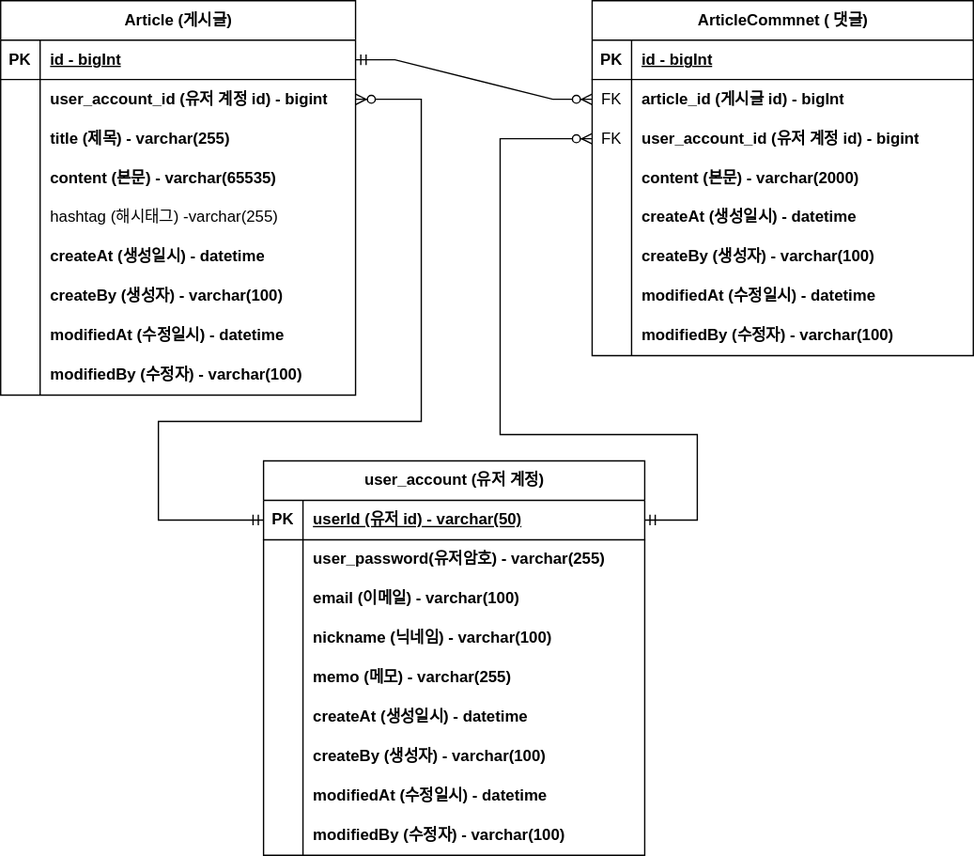
The draw.io diagram document/project-board-erd.drawio.svg in IronKim/fs-project-board, before a commit. Source tidied: cells renumbered, new cells last; positions are measured from the earlier drawing's top-left corner, leaving out a move shared by most shapes.
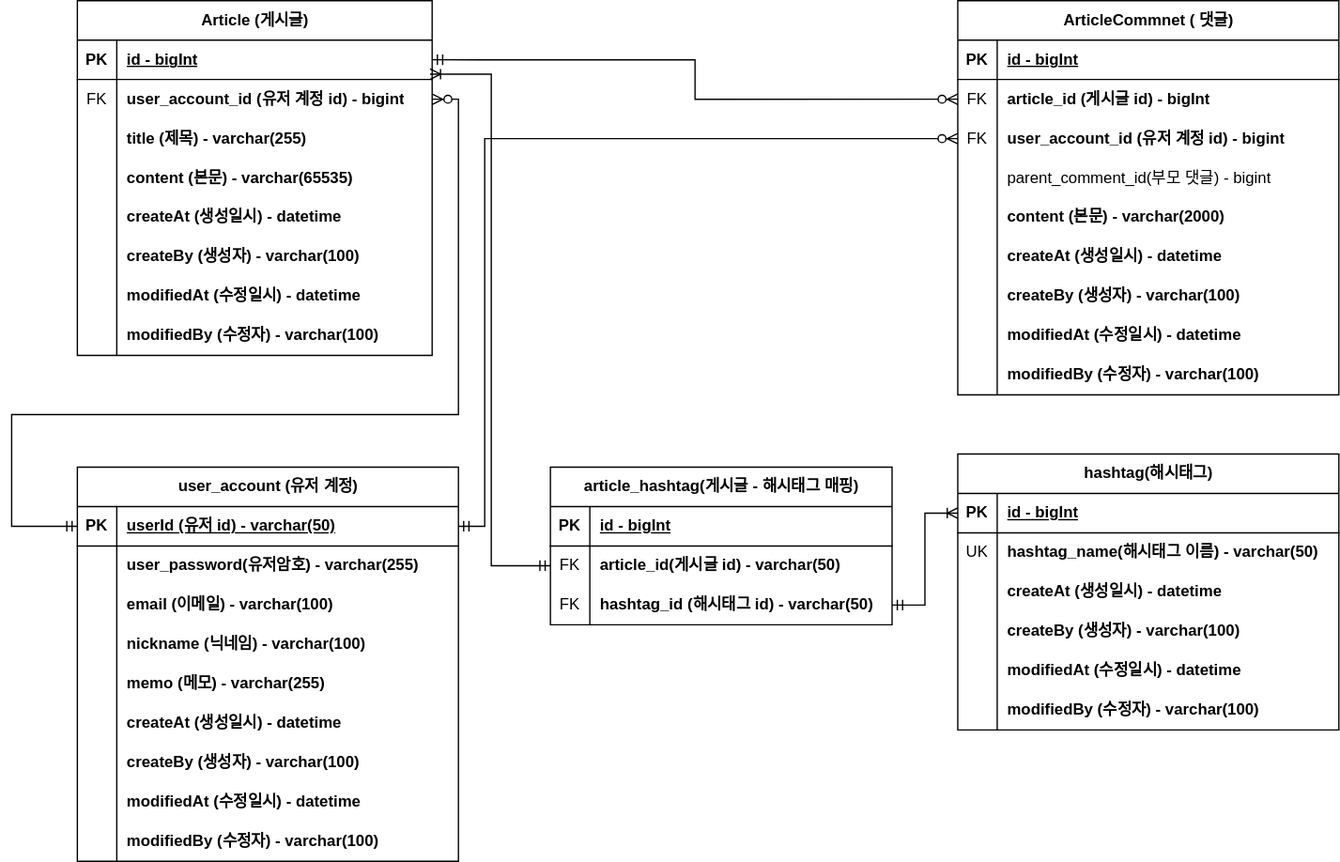
The same file after the commit.

Commit message:
#68 - project-board-erd.drawio.svg 업데이트: 대댓글, 해시태그

Diff of the diagram source:
```diff
@@ -5,3 +5,3 @@
     <mxCell id="2" value="Article (게시글)" style="shape=table;startSize=30;rowLines=0;fontStyle=1;align=center;html=1;" parent="1" vertex="1">
-      <mxGeometry width="270" height="300" as="geometry" />
+      <mxGeometry x="-20" y="5" width="270" height="270" as="geometry" />
     </mxCell>
@@ -19,3 +19,3 @@
     </mxCell>
-    <mxCell id="7" style="shape=partialRectangle;fillColor=none;top=0;left=0;bottom=0;right=0;overflow=hidden;whiteSpace=wrap;html=1;" parent="6" vertex="1">
+    <mxCell id="7" value="FK" style="shape=partialRectangle;fillColor=none;top=0;left=0;bottom=0;right=0;overflow=hidden;whiteSpace=wrap;html=1;" parent="6" vertex="1">
       <mxGeometry width="30" height="30" as="geometry" />
@@ -43,13 +43,4 @@
     </mxCell>
-    <mxCell id="15" style="shape=tableRow;horizontal=0;startSize=0;swimlaneHead=0;swimlaneBody=0;fillColor=none;top=0;left=0;right=0;bottom=0;" parent="2" vertex="1">
-      <mxGeometry y="150" width="270" height="30" as="geometry" />
-    </mxCell>
-    <mxCell id="16" style="shape=partialRectangle;fillColor=none;top=0;left=0;bottom=0;right=0;overflow=hidden;whiteSpace=wrap;html=1;" parent="15" vertex="1">
-      <mxGeometry width="30" height="30" as="geometry" />
-    </mxCell>
-    <mxCell id="17" value="hashtag (해시태그) -varchar(255)" style="shape=partialRectangle;fillColor=none;top=0;left=0;bottom=0;right=0;align=left;spacingLeft=6;overflow=hidden;whiteSpace=wrap;html=1;" parent="15" vertex="1">
-      <mxGeometry x="30" width="240" height="30" as="geometry" />
-    </mxCell>
     <mxCell id="18" style="shape=tableRow;horizontal=0;startSize=0;swimlaneHead=0;swimlaneBody=0;fillColor=none;top=0;left=0;right=0;bottom=0;" parent="2" vertex="1">
-      <mxGeometry y="180" width="270" height="30" as="geometry" />
+      <mxGeometry y="150" width="270" height="30" as="geometry" />
     </mxCell>
@@ -62,3 +53,3 @@
     <mxCell id="21" style="shape=tableRow;horizontal=0;startSize=0;swimlaneHead=0;swimlaneBody=0;fillColor=none;top=0;left=0;right=0;bottom=0;" parent="2" vertex="1">
-      <mxGeometry y="210" width="270" height="30" as="geometry" />
+      <mxGeometry y="180" width="270" height="30" as="geometry" />
     </mxCell>
@@ -71,3 +62,3 @@
     <mxCell id="24" style="shape=tableRow;horizontal=0;startSize=0;swimlaneHead=0;swimlaneBody=0;fillColor=none;top=0;left=0;right=0;bottom=0;" parent="2" vertex="1">
-      <mxGeometry y="240" width="270" height="30" as="geometry" />
+      <mxGeometry y="210" width="270" height="30" as="geometry" />
     </mxCell>
@@ -80,3 +71,3 @@
     <mxCell id="27" style="shape=tableRow;horizontal=0;startSize=0;swimlaneHead=0;swimlaneBody=0;fillColor=none;top=0;left=0;right=0;bottom=0;" parent="2" vertex="1">
-      <mxGeometry y="270" width="270" height="30" as="geometry" />
+      <mxGeometry y="240" width="270" height="30" as="geometry" />
     </mxCell>
@@ -89,3 +80,3 @@
     <mxCell id="30" value="ArticleCommnet ( 댓글)" style="shape=table;startSize=30;rowLines=0;fontStyle=1;align=center;html=1;" parent="1" vertex="1">
-      <mxGeometry x="450" width="290" height="270" as="geometry" />
+      <mxGeometry x="650" y="5" width="290" height="300" as="geometry" />
     </mxCell>
@@ -118,4 +109,13 @@
     </mxCell>
+    <mxCell id="86" style="shape=tableRow;horizontal=0;startSize=0;swimlaneHead=0;swimlaneBody=0;fillColor=none;top=0;left=0;right=0;bottom=0;" parent="30" vertex="1">
+      <mxGeometry y="120" width="290" height="30" as="geometry" />
+    </mxCell>
+    <mxCell id="87" style="shape=partialRectangle;fillColor=none;top=0;left=0;bottom=0;right=0;overflow=hidden;whiteSpace=wrap;html=1;" parent="86" vertex="1">
+      <mxGeometry width="30" height="30" as="geometry" />
+    </mxCell>
+    <mxCell id="88" value="&lt;span style=&quot;font-weight: normal;&quot;&gt;parent_comment_id(부모 댓글) - bigint&lt;/span&gt;" style="shape=partialRectangle;fillColor=none;top=0;left=0;bottom=0;right=0;align=left;spacingLeft=6;overflow=hidden;whiteSpace=wrap;html=1;fontStyle=1;" parent="86" vertex="1">
+      <mxGeometry x="30" width="260" height="30" as="geometry" />
+    </mxCell>
     <mxCell id="40" style="shape=tableRow;horizontal=0;startSize=0;swimlaneHead=0;swimlaneBody=0;fillColor=none;top=0;left=0;right=0;bottom=0;" parent="30" vertex="1">
-      <mxGeometry y="120" width="290" height="30" as="geometry" />
+      <mxGeometry y="150" width="290" height="30" as="geometry" />
     </mxCell>
@@ -128,3 +128,3 @@
     <mxCell id="43" style="shape=tableRow;horizontal=0;startSize=0;swimlaneHead=0;swimlaneBody=0;fillColor=none;top=0;left=0;right=0;bottom=0;" parent="30" vertex="1">
-      <mxGeometry y="150" width="290" height="30" as="geometry" />
+      <mxGeometry y="180" width="290" height="30" as="geometry" />
     </mxCell>
@@ -137,3 +137,3 @@
     <mxCell id="46" style="shape=tableRow;horizontal=0;startSize=0;swimlaneHead=0;swimlaneBody=0;fillColor=none;top=0;left=0;right=0;bottom=0;" parent="30" vertex="1">
-      <mxGeometry y="180" width="290" height="30" as="geometry" />
+      <mxGeometry y="210" width="290" height="30" as="geometry" />
     </mxCell>
@@ -146,3 +146,3 @@
     <mxCell id="49" style="shape=tableRow;horizontal=0;startSize=0;swimlaneHead=0;swimlaneBody=0;fillColor=none;top=0;left=0;right=0;bottom=0;" parent="30" vertex="1">
-      <mxGeometry y="210" width="290" height="30" as="geometry" />
+      <mxGeometry y="240" width="290" height="30" as="geometry" />
     </mxCell>
@@ -155,3 +155,3 @@
     <mxCell id="52" style="shape=tableRow;horizontal=0;startSize=0;swimlaneHead=0;swimlaneBody=0;fillColor=none;top=0;left=0;right=0;bottom=0;" parent="30" vertex="1">
-      <mxGeometry y="240" width="290" height="30" as="geometry" />
+      <mxGeometry y="270" width="290" height="30" as="geometry" />
     </mxCell>
@@ -163,11 +163,7 @@
     </mxCell>
-    <mxCell id="55" style="edgeStyle=entityRelationEdgeStyle;fontSize=12;html=1;endArrow=ERzeroToMany;startArrow=ERmandOne;rounded=0;exitX=1;exitY=0.5;exitDx=0;exitDy=0;entryX=0;entryY=0.5;entryDx=0;entryDy=0;" parent="1" edge="1" source="3" target="34">
-      <mxGeometry relative="1" as="geometry">
-        <Array as="points">
-          <mxPoint x="280" y="50" />
-        </Array>
-      </mxGeometry>
+    <mxCell id="55" style="edgeStyle=orthogonalEdgeStyle;fontSize=12;html=1;endArrow=ERzeroToMany;startArrow=ERmandOne;rounded=0;exitX=1;exitY=0.5;exitDx=0;exitDy=0;entryX=0;entryY=0.5;entryDx=0;entryDy=0;" parent="1" edge="1" source="3" target="34">
+      <mxGeometry relative="1" as="geometry" />
     </mxCell>
     <mxCell id="56" value="user_account (유저 계정)" style="shape=table;startSize=30;rowLines=0;fontStyle=1;align=center;html=1;" parent="1" vertex="1">
-      <mxGeometry x="200" y="350" width="290" height="300" as="geometry" />
+      <mxGeometry x="-20" y="360" width="290" height="300" as="geometry" />
     </mxCell>
@@ -257,6 +253,6 @@
         <Array as="points">
-          <mxPoint x="120" y="395" />
-          <mxPoint x="120" y="320" />
-          <mxPoint x="320" y="320" />
-          <mxPoint x="320" y="75" />
+          <mxPoint x="-70" y="405" />
+          <mxPoint x="-70" y="320" />
+          <mxPoint x="270" y="320" />
+          <mxPoint x="270" y="80" />
         </Array>
@@ -267,7 +263,6 @@
         <Array as="points">
-          <mxPoint x="530" y="395" />
-          <mxPoint x="530" y="330" />
-          <mxPoint x="380" y="330" />
-          <mxPoint x="380" y="220" />
-          <mxPoint x="380" y="105" />
+          <mxPoint x="290" y="405" />
+          <mxPoint x="290" y="350" />
+          <mxPoint x="290" y="330" />
+          <mxPoint x="290" y="110" />
         </Array>
@@ -275,2 +270,95 @@
     </mxCell>
+    <mxCell id="89" value="hashtag(해시태그)" style="shape=table;startSize=30;rowLines=0;fontStyle=1;align=center;html=1;" parent="1" vertex="1">
+      <mxGeometry x="650" y="350" width="290" height="210" as="geometry" />
+    </mxCell>
+    <mxCell id="90" style="shape=tableRow;horizontal=0;startSize=0;swimlaneHead=0;swimlaneBody=0;fillColor=none;points=[[0,0.5],[1,0.5]];portConstraint=eastwest;top=0;left=0;right=0;bottom=1;" parent="89" vertex="1">
+      <mxGeometry y="30" width="290" height="30" as="geometry" />
+    </mxCell>
+    <mxCell id="91" value="PK" style="shape=partialRectangle;fillColor=none;top=0;left=0;bottom=0;right=0;fontStyle=1;overflow=hidden;whiteSpace=wrap;html=1;" parent="90" vertex="1">
+      <mxGeometry width="30" height="30" as="geometry" />
+    </mxCell>
+    <mxCell id="92" value="id - bigInt" style="shape=partialRectangle;fillColor=none;top=0;left=0;bottom=0;right=0;align=left;spacingLeft=6;fontStyle=5;overflow=hidden;whiteSpace=wrap;html=1;" parent="90" vertex="1">
+      <mxGeometry x="30" width="260" height="30" as="geometry" />
+    </mxCell>
+    <mxCell id="93" style="shape=tableRow;horizontal=0;startSize=0;swimlaneHead=0;swimlaneBody=0;fillColor=none;top=0;left=0;right=0;bottom=0;" parent="89" vertex="1">
+      <mxGeometry y="60" width="290" height="30" as="geometry" />
+    </mxCell>
+    <mxCell id="94" value="UK" style="shape=partialRectangle;fillColor=none;top=0;left=0;bottom=0;right=0;overflow=hidden;whiteSpace=wrap;html=1;" parent="93" vertex="1">
+      <mxGeometry width="30" height="30" as="geometry" />
+    </mxCell>
+    <mxCell id="95" value="hashtag_name(해시태그 이름) - varchar(50)" style="shape=partialRectangle;fillColor=none;top=0;left=0;bottom=0;right=0;align=left;spacingLeft=6;overflow=hidden;whiteSpace=wrap;html=1;fontStyle=1;" parent="93" vertex="1">
+      <mxGeometry x="30" width="260" height="30" as="geometry" />
+    </mxCell>
+    <mxCell id="96" style="shape=tableRow;horizontal=0;startSize=0;swimlaneHead=0;swimlaneBody=0;fillColor=none;top=0;left=0;right=0;bottom=0;" parent="89" vertex="1">
+      <mxGeometry y="90" width="290" height="30" as="geometry" />
+    </mxCell>
+    <mxCell id="97" style="shape=partialRectangle;fillColor=none;top=0;left=0;bottom=0;right=0;overflow=hidden;whiteSpace=wrap;html=1;" parent="96" vertex="1">
+      <mxGeometry width="30" height="30" as="geometry" />
+    </mxCell>
+    <mxCell id="98" value="createAt (생성일시) - datetime" style="shape=partialRectangle;fillColor=none;top=0;left=0;bottom=0;right=0;align=left;spacingLeft=6;overflow=hidden;whiteSpace=wrap;html=1;fontStyle=1;" parent="96" vertex="1">
+      <mxGeometry x="30" width="260" height="30" as="geometry" />
+    </mxCell>
+    <mxCell id="99" style="shape=tableRow;horizontal=0;startSize=0;swimlaneHead=0;swimlaneBody=0;fillColor=none;top=0;left=0;right=0;bottom=0;" parent="89" vertex="1">
+      <mxGeometry y="120" width="290" height="30" as="geometry" />
+    </mxCell>
+    <mxCell id="100" style="shape=partialRectangle;fillColor=none;top=0;left=0;bottom=0;right=0;overflow=hidden;whiteSpace=wrap;html=1;" parent="99" vertex="1">
+      <mxGeometry width="30" height="30" as="geometry" />
+    </mxCell>
+    <mxCell id="101" value="createBy (생성자) - varchar(100)" style="shape=partialRectangle;fillColor=none;top=0;left=0;bottom=0;right=0;align=left;spacingLeft=6;overflow=hidden;whiteSpace=wrap;html=1;fontStyle=1;" parent="99" vertex="1">
+      <mxGeometry x="30" width="260" height="30" as="geometry" />
+    </mxCell>
+    <mxCell id="102" style="shape=tableRow;horizontal=0;startSize=0;swimlaneHead=0;swimlaneBody=0;fillColor=none;top=0;left=0;right=0;bottom=0;" parent="89" vertex="1">
+      <mxGeometry y="150" width="290" height="30" as="geometry" />
+    </mxCell>
+    <mxCell id="103" style="shape=partialRectangle;fillColor=none;top=0;left=0;bottom=0;right=0;overflow=hidden;whiteSpace=wrap;html=1;" parent="102" vertex="1">
+      <mxGeometry width="30" height="30" as="geometry" />
+    </mxCell>
+    <mxCell id="104" value="modifiedAt (수정일시) - datetime" style="shape=partialRectangle;fillColor=none;top=0;left=0;bottom=0;right=0;align=left;spacingLeft=6;overflow=hidden;whiteSpace=wrap;html=1;fontStyle=1;" parent="102" vertex="1">
+      <mxGeometry x="30" width="260" height="30" as="geometry" />
+    </mxCell>
+    <mxCell id="105" style="shape=tableRow;horizontal=0;startSize=0;swimlaneHead=0;swimlaneBody=0;fillColor=none;top=0;left=0;right=0;bottom=0;" parent="89" vertex="1">
+      <mxGeometry y="180" width="290" height="30" as="geometry" />
+    </mxCell>
+    <mxCell id="106" style="shape=partialRectangle;fillColor=none;top=0;left=0;bottom=0;right=0;overflow=hidden;whiteSpace=wrap;html=1;" parent="105" vertex="1">
+      <mxGeometry width="30" height="30" as="geometry" />
+    </mxCell>
+    <mxCell id="107" value="modifiedBy (수정자) - varchar(100)" style="shape=partialRectangle;fillColor=none;top=0;left=0;bottom=0;right=0;align=left;spacingLeft=6;overflow=hidden;whiteSpace=wrap;html=1;fontStyle=1;" parent="105" vertex="1">
+      <mxGeometry x="30" width="260" height="30" as="geometry" />
+    </mxCell>
+    <mxCell id="108" value="article_hashtag(게시글 - 해시태그 매핑)" style="shape=table;startSize=30;rowLines=0;fontStyle=1;align=center;html=1;" parent="1" vertex="1">
+      <mxGeometry x="340" y="360" width="260" height="120" as="geometry" />
+    </mxCell>
+    <mxCell id="109" style="shape=tableRow;horizontal=0;startSize=0;swimlaneHead=0;swimlaneBody=0;fillColor=none;top=0;left=0;right=0;bottom=1;" parent="108" vertex="1">
+      <mxGeometry y="30" width="260" height="30" as="geometry" />
+    </mxCell>
+    <mxCell id="110" value="PK" style="shape=partialRectangle;fillColor=none;top=0;left=0;bottom=0;right=0;fontStyle=1;overflow=hidden;whiteSpace=wrap;html=1;" parent="109" vertex="1">
+      <mxGeometry width="30" height="30" as="geometry" />
+    </mxCell>
+    <mxCell id="111" value="id - bigInt" style="shape=partialRectangle;fillColor=none;top=0;left=0;bottom=0;right=0;align=left;spacingLeft=6;fontStyle=5;overflow=hidden;whiteSpace=wrap;html=1;" parent="109" vertex="1">
+      <mxGeometry x="30" width="230" height="30" as="geometry" />
+    </mxCell>
+    <mxCell id="112" style="shape=tableRow;horizontal=0;startSize=0;swimlaneHead=0;swimlaneBody=0;fillColor=none;points=[[0,0.5],[1,0.5]];portConstraint=eastwest;top=0;left=0;right=0;bottom=0;" parent="108" vertex="1">
+      <mxGeometry y="60" width="260" height="30" as="geometry" />
+    </mxCell>
+    <mxCell id="113" value="FK" style="shape=partialRectangle;fillColor=none;top=0;left=0;bottom=0;right=0;overflow=hidden;whiteSpace=wrap;html=1;" parent="112" vertex="1">
+      <mxGeometry width="30" height="30" as="geometry" />
+    </mxCell>
+    <mxCell id="114" value="article_id(게시글 id) - varchar(50)" style="shape=partialRectangle;fillColor=none;top=0;left=0;bottom=0;right=0;align=left;spacingLeft=6;overflow=hidden;whiteSpace=wrap;html=1;fontStyle=1;" parent="112" vertex="1">
+      <mxGeometry x="30" width="230" height="30" as="geometry" />
+    </mxCell>
+    <mxCell id="115" style="shape=tableRow;horizontal=0;startSize=0;swimlaneHead=0;swimlaneBody=0;fillColor=none;points=[[0,0.5],[1,0.5]];portConstraint=eastwest;top=0;left=0;right=0;bottom=0;" parent="108" vertex="1">
+      <mxGeometry y="90" width="260" height="30" as="geometry" />
+    </mxCell>
+    <mxCell id="116" value="FK" style="shape=partialRectangle;fillColor=none;top=0;left=0;bottom=0;right=0;overflow=hidden;whiteSpace=wrap;html=1;" parent="115" vertex="1">
+      <mxGeometry width="30" height="30" as="geometry" />
+    </mxCell>
+    <mxCell id="117" value="hashtag_id (해시태그 id) - varchar(50)" style="shape=partialRectangle;fillColor=none;top=0;left=0;bottom=0;right=0;align=left;spacingLeft=6;overflow=hidden;whiteSpace=wrap;html=1;fontStyle=1;" parent="115" vertex="1">
+      <mxGeometry x="30" width="230" height="30" as="geometry" />
+    </mxCell>
+    <mxCell id="118" style="edgeStyle=orthogonalEdgeStyle;fontSize=12;html=1;endArrow=ERoneToMany;startArrow=ERmandOne;rounded=0;entryX=0;entryY=0.5;entryDx=0;entryDy=0;exitX=1;exitY=0.5;exitDx=0;exitDy=0;" parent="1" edge="1" source="115" target="90">
+      <mxGeometry relative="1" as="geometry" />
+    </mxCell>
+    <mxCell id="119" style="edgeStyle=orthogonalEdgeStyle;fontSize=12;html=1;endArrow=ERoneToMany;startArrow=ERmandOne;rounded=0;exitX=0;exitY=0.5;exitDx=0;exitDy=0;entryX=0.994;entryY=0.865;entryDx=0;entryDy=0;entryPerimeter=0;" parent="1" edge="1" source="112" target="3">
+      <mxGeometry relative="1" as="geometry" />
+    </mxCell>
   </root>
```
